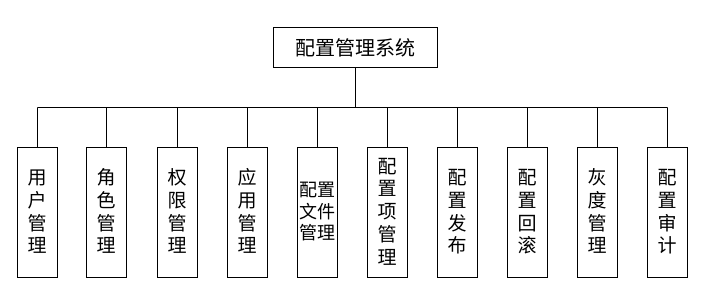
The draw.io diagram page "function" (2 of 10) of 泳道图.drawio in WWj5921/ConfigCenter, before the edit. Source tidied: cells renumbered, new cells numbered last; positions are measured from the earlier drawing's top-left corner, leaving out a move shared by most shapes. Both pictures are drawn from the tidied source at 100%, with x=0, y=0 at pixel (17, 27).
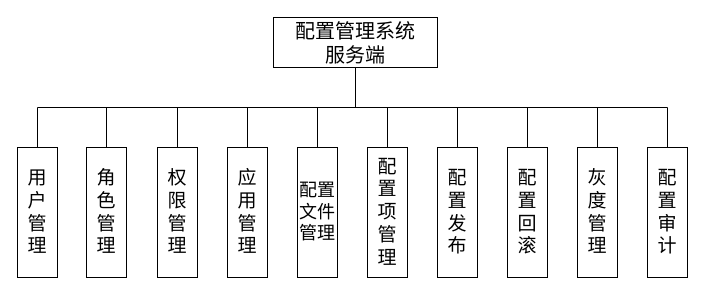
Above is the later version.

The edit, as a diff of the source:
```diff
@@
-    <mxCell id="12" value="配置管理系统" style="rounded=0;whiteSpace=wrap;html=1;fontSize=20;fontColor=#000000;fontFamily=华文宋体;" parent="1" vertex="1">
-      <mxGeometry x="256" width="164" height="40" as="geometry" />
+    <mxCell id="12" value="配置管理系统&lt;br&gt;服务端" style="rounded=0;whiteSpace=wrap;html=1;fontSize=20;fontColor=#000000;fontFamily=华文宋体;" parent="1" vertex="1">
+      <mxGeometry x="256" y="-10" width="164" height="50" as="geometry" />
     </mxCell>
```
